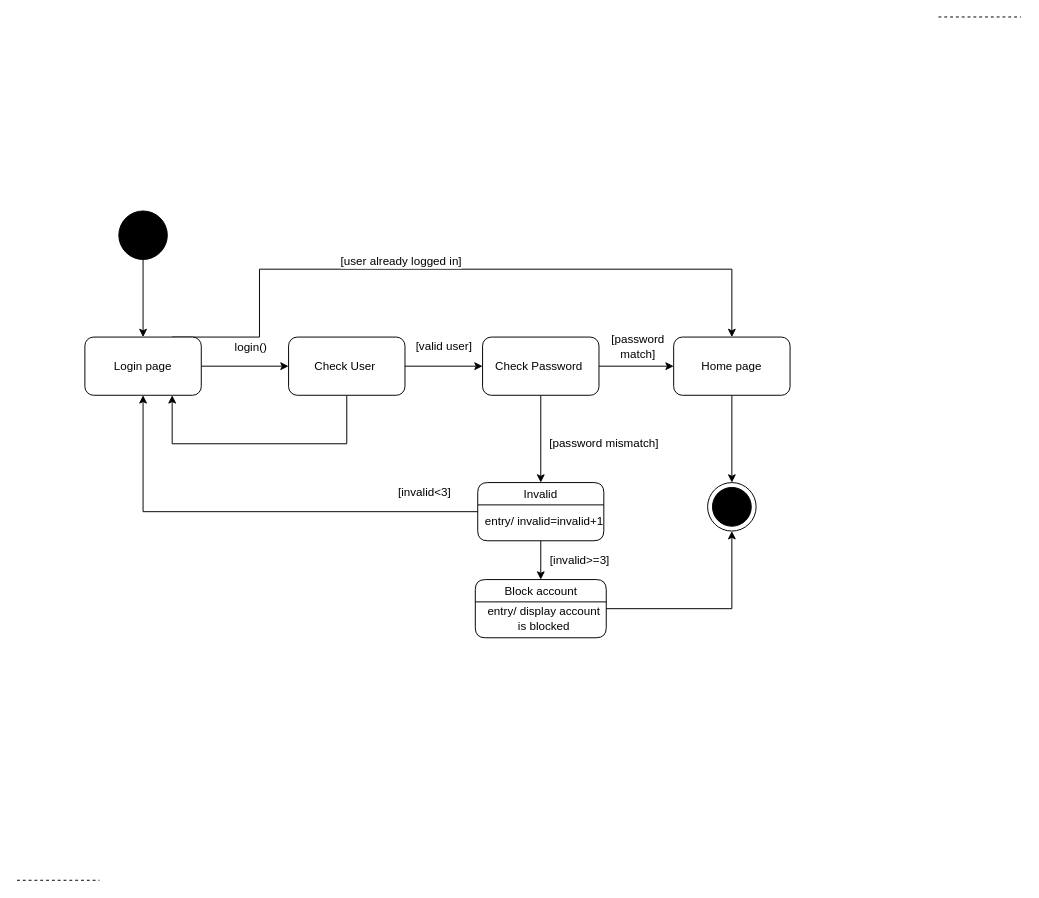
This is page "Page-3" (3 of 3) of archdiag.drawio from MohitBurkule/Onestopshop, a draw.io file, before an edit. Source tidied: cells renumbered, new cells numbered last; positions are measured from the earlier drawing's top-left corner, leaving out a move shared by most shapes. Both pictures are drawn from the tidied source at 97%, with x=0, y=0 at pixel (16, 16).
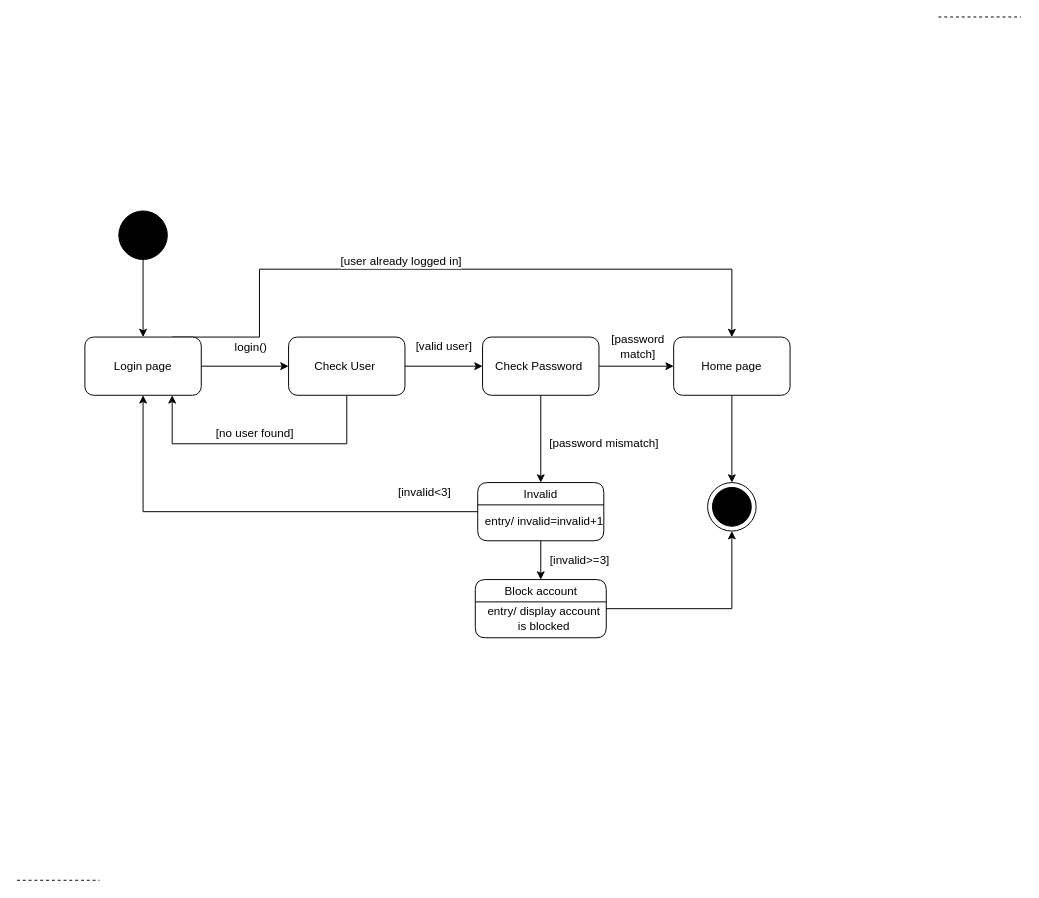
The same page after the edit.

Diff of the diagram source:
```diff
@@
+    <mxCell id="34" value="[no user found]" style="text;html=1;align=center;verticalAlign=middle;" parent="1" vertex="1">
+      <mxGeometry x="200" y="420" width="90" height="20" as="geometry" />
+    </mxCell>
```
